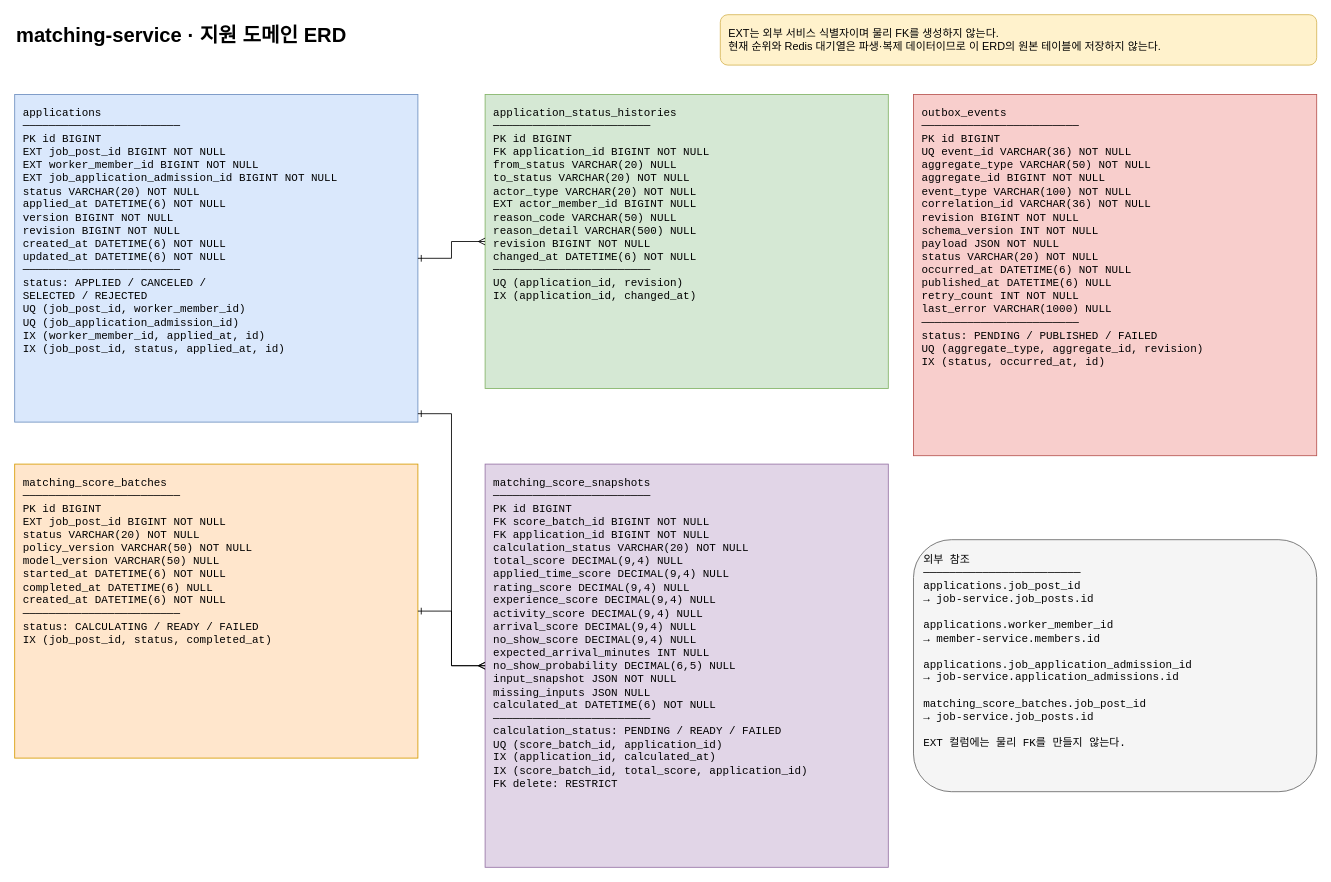
Above: docs/architecture/matching-application-erd.drawio in 404-Worker-Not-Found/BE (draw.io), before the change. Source tidied: cells renumbered, new cells numbered last; positions are measured from the earlier drawing's top-left corner, leaving out a move shared by most shapes. Both pictures are drawn from the tidied source at 84%, with x=0, y=0 at pixel (14, 14).
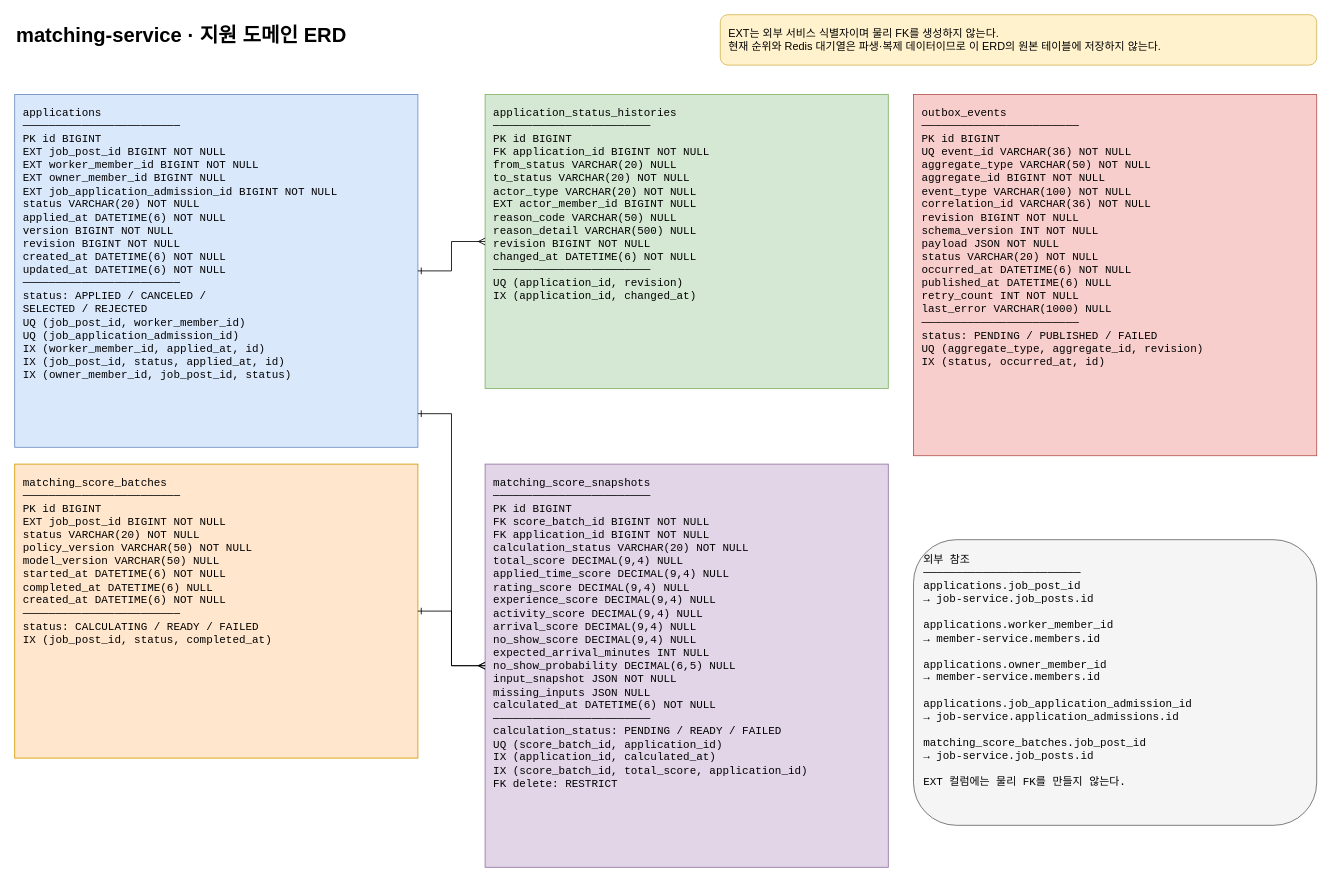
The same diagram, later.

Change to the diagram source:
```diff
@@
 <mxGraphModel>
   <root>
     <mxCell id="0" />
     <mxCell id="1" parent="0" />
     <mxCell id="2" value="matching-service · 지원 도메인 ERD" style="text;html=1;strokeColor=none;fillColor=none;align=left;verticalAlign=middle;fontSize=24;fontStyle=1;" parent="1" vertex="1">
       <mxGeometry y="5" width="620" height="40" as="geometry" />
     </mxCell>
     <mxCell id="3" value="EXT는 외부 서비스 식별자이며 물리 FK를 생성하지 않는다.&#10;현재 순위와 Redis 대기열은 파생·복제 데이터이므로 이 ERD의 원본 테이블에 저장하지 않는다." style="rounded=1;whiteSpace=wrap;html=1;fillColor=#fff2cc;strokeColor=#d6b656;align=left;spacing=10;fontSize=13;" parent="1" vertex="1">
       <mxGeometry x="840" width="710" height="60" as="geometry" />
     </mxCell>
-    <mxCell id="4" value="applications&#10;────────────────────────&#10;PK  id BIGINT&#10;EXT job_post_id BIGINT NOT NULL&#10;EXT worker_member_id BIGINT NOT NULL&#10;EXT job_application_admission_id BIGINT NOT NULL&#10;    status VARCHAR(20) NOT NULL&#10;    applied_at DATETIME(6) NOT NULL&#10;    version BIGINT NOT NULL&#10;    revision BIGINT NOT NULL&#10;    created_at DATETIME(6) NOT NULL&#10;    updated_at DATETIME(6) NOT NULL&#10;────────────────────────&#10;status: APPLIED / CANCELED /&#10;SELECTED / REJECTED&#10;UQ (job_post_id, worker_member_id)&#10;UQ (job_application_admission_id)&#10;IX (worker_member_id, applied_at, id)&#10;IX (job_post_id, status, applied_at, id)" style="rounded=0;whiteSpace=wrap;html=1;fillColor=#dae8fc;strokeColor=#6c8ebf;align=left;verticalAlign=top;spacing=10;fontFamily=Courier New;fontSize=13;" parent="1" vertex="1">
-      <mxGeometry y="95" width="480" height="390" as="geometry" />
+    <mxCell id="4" value="applications&#10;────────────────────────&#10;PK  id BIGINT&#10;EXT job_post_id BIGINT NOT NULL&#10;EXT worker_member_id BIGINT NOT NULL&#10;EXT owner_member_id BIGINT NULL&#10;EXT job_application_admission_id BIGINT NOT NULL&#10;    status VARCHAR(20) NOT NULL&#10;    applied_at DATETIME(6) NOT NULL&#10;    version BIGINT NOT NULL&#10;    revision BIGINT NOT NULL&#10;    created_at DATETIME(6) NOT NULL&#10;    updated_at DATETIME(6) NOT NULL&#10;────────────────────────&#10;status: APPLIED / CANCELED /&#10;SELECTED / REJECTED&#10;UQ (job_post_id, worker_member_id)&#10;UQ (job_application_admission_id)&#10;IX (worker_member_id, applied_at, id)&#10;IX (job_post_id, status, applied_at, id)&#10;IX (owner_member_id, job_post_id, status)" style="rounded=0;whiteSpace=wrap;html=1;fillColor=#dae8fc;strokeColor=#6c8ebf;align=left;verticalAlign=top;spacing=10;fontFamily=Courier New;fontSize=13;" parent="1" vertex="1">
+      <mxGeometry y="95" width="480" height="420" as="geometry" />
     </mxCell>
     <mxCell id="5" value="application_status_histories&#10;────────────────────────&#10;PK  id BIGINT&#10;FK  application_id BIGINT NOT NULL&#10;    from_status VARCHAR(20) NULL&#10;    to_status VARCHAR(20) NOT NULL&#10;    actor_type VARCHAR(20) NOT NULL&#10;EXT actor_member_id BIGINT NULL&#10;    reason_code VARCHAR(50) NULL&#10;    reason_detail VARCHAR(500) NULL&#10;    revision BIGINT NOT NULL&#10;    changed_at DATETIME(6) NOT NULL&#10;────────────────────────&#10;UQ (application_id, revision)&#10;IX (application_id, changed_at)" style="rounded=0;whiteSpace=wrap;html=1;fillColor=#d5e8d4;strokeColor=#82b366;align=left;verticalAlign=top;spacing=10;fontFamily=Courier New;fontSize=13;" parent="1" vertex="1">
       <mxGeometry x="560" y="95" width="480" height="350" as="geometry" />
     </mxCell>
     <mxCell id="6" value="matching_score_snapshots&#10;────────────────────────&#10;PK  id BIGINT&#10;FK  score_batch_id BIGINT NOT NULL&#10;FK  application_id BIGINT NOT NULL&#10;    calculation_status VARCHAR(20) NOT NULL&#10;    total_score DECIMAL(9,4) NULL&#10;    applied_time_score DECIMAL(9,4) NULL&#10;    rating_score DECIMAL(9,4) NULL&#10;    experience_score DECIMAL(9,4) NULL&#10;    activity_score DECIMAL(9,4) NULL&#10;    arrival_score DECIMAL(9,4) NULL&#10;    no_show_score DECIMAL(9,4) NULL&#10;    expected_arrival_minutes INT NULL&#10;    no_show_probability DECIMAL(6,5) NULL&#10;    input_snapshot JSON NOT NULL&#10;    missing_inputs JSON NULL&#10;    calculated_at DATETIME(6) NOT NULL&#10;────────────────────────&#10;calculation_status: PENDING / READY / FAILED&#10;UQ (score_batch_id, application_id)&#10;IX (application_id, calculated_at)&#10;IX (score_batch_id, total_score, application_id)&#10;FK delete: RESTRICT" style="rounded=0;whiteSpace=wrap;html=1;fillColor=#e1d5e7;strokeColor=#9673a6;align=left;verticalAlign=top;spacing=10;fontFamily=Courier New;fontSize=13;" parent="1" vertex="1">
       <mxGeometry x="560" y="535" width="480" height="480" as="geometry" />
     </mxCell>
     <mxCell id="7" value="matching_score_batches&#10;────────────────────────&#10;PK  id BIGINT&#10;EXT job_post_id BIGINT NOT NULL&#10;    status VARCHAR(20) NOT NULL&#10;    policy_version VARCHAR(50) NOT NULL&#10;    model_version VARCHAR(50) NULL&#10;    started_at DATETIME(6) NOT NULL&#10;    completed_at DATETIME(6) NULL&#10;    created_at DATETIME(6) NOT NULL&#10;────────────────────────&#10;status: CALCULATING / READY / FAILED&#10;IX (job_post_id, status, completed_at)" style="rounded=0;whiteSpace=wrap;html=1;fillColor=#ffe6cc;strokeColor=#d79b00;align=left;verticalAlign=top;spacing=10;fontFamily=Courier New;fontSize=13;" parent="1" vertex="1">
       <mxGeometry y="535" width="480" height="350" as="geometry" />
     </mxCell>
     <mxCell id="8" value="outbox_events&#10;────────────────────────&#10;PK  id BIGINT&#10;UQ  event_id VARCHAR(36) NOT NULL&#10;    aggregate_type VARCHAR(50) NOT NULL&#10;    aggregate_id BIGINT NOT NULL&#10;    event_type VARCHAR(100) NOT NULL&#10;    correlation_id VARCHAR(36) NOT NULL&#10;    revision BIGINT NOT NULL&#10;    schema_version INT NOT NULL&#10;    payload JSON NOT NULL&#10;    status VARCHAR(20) NOT NULL&#10;    occurred_at DATETIME(6) NOT NULL&#10;    published_at DATETIME(6) NULL&#10;    retry_count INT NOT NULL&#10;    last_error VARCHAR(1000) NULL&#10;────────────────────────&#10;status: PENDING / PUBLISHED / FAILED&#10;UQ (aggregate_type, aggregate_id, revision)&#10;IX (status, occurred_at, id)" style="rounded=0;whiteSpace=wrap;html=1;fillColor=#f8cecc;strokeColor=#b85450;align=left;verticalAlign=top;spacing=10;fontFamily=Courier New;fontSize=13;" parent="1" vertex="1">
       <mxGeometry x="1070" y="95" width="480" height="430" as="geometry" />
     </mxCell>
-    <mxCell id="9" value="외부 참조&#10;────────────────────────&#10;applications.job_post_id&#10;  → job-service.job_posts.id&#10;&#10;applications.worker_member_id&#10;  → member-service.members.id&#10;&#10;applications.job_application_admission_id&#10;  → job-service.application_admissions.id&#10;&#10;matching_score_batches.job_post_id&#10;  → job-service.job_posts.id&#10;&#10;EXT 컬럼에는 물리 FK를 만들지 않는다." style="rounded=1;whiteSpace=wrap;html=1;fillColor=#f5f5f5;strokeColor=#666666;align=left;verticalAlign=top;spacing=12;fontFamily=Courier New;fontSize=13;" parent="1" vertex="1">
-      <mxGeometry x="1070" y="625" width="480" height="300" as="geometry" />
+    <mxCell id="9" value="외부 참조&#10;────────────────────────&#10;applications.job_post_id&#10;  → job-service.job_posts.id&#10;&#10;applications.worker_member_id&#10;  → member-service.members.id&#10;&#10;applications.owner_member_id&#10;  → member-service.members.id&#10;&#10;applications.job_application_admission_id&#10;  → job-service.application_admissions.id&#10;&#10;matching_score_batches.job_post_id&#10;  → job-service.job_posts.id&#10;&#10;EXT 컬럼에는 물리 FK를 만들지 않는다." style="rounded=1;whiteSpace=wrap;html=1;fillColor=#f5f5f5;strokeColor=#666666;align=left;verticalAlign=top;spacing=12;fontFamily=Courier New;fontSize=13;" parent="1" vertex="1">
+      <mxGeometry x="1070" y="625" width="480" height="340" as="geometry" />
     </mxCell>
     <mxCell id="10" style="edgeStyle=orthogonalEdgeStyle;rounded=0;jettySize=auto;html=1;endArrow=ERmany;startArrow=ERone;" parent="1" edge="1" source="4" target="5">
       <mxGeometry relative="1" as="geometry" />
     </mxCell>
     <mxCell id="11" style="edgeStyle=orthogonalEdgeStyle;rounded=0;jettySize=auto;html=1;endArrow=ERmany;startArrow=ERone;" parent="1" edge="1" source="4" target="6">
       <mxGeometry relative="1" as="geometry">
         <Array as="points">
           <mxPoint x="520" y="475" />
           <mxPoint x="520" y="775" />
         </Array>
       </mxGeometry>
     </mxCell>
     <mxCell id="12" style="edgeStyle=orthogonalEdgeStyle;rounded=0;jettySize=auto;html=1;endArrow=ERmany;startArrow=ERone;" parent="1" edge="1" source="7" target="6">
       <mxGeometry relative="1" as="geometry" />
     </mxCell>
   </root>
 </mxGraphModel>
```
